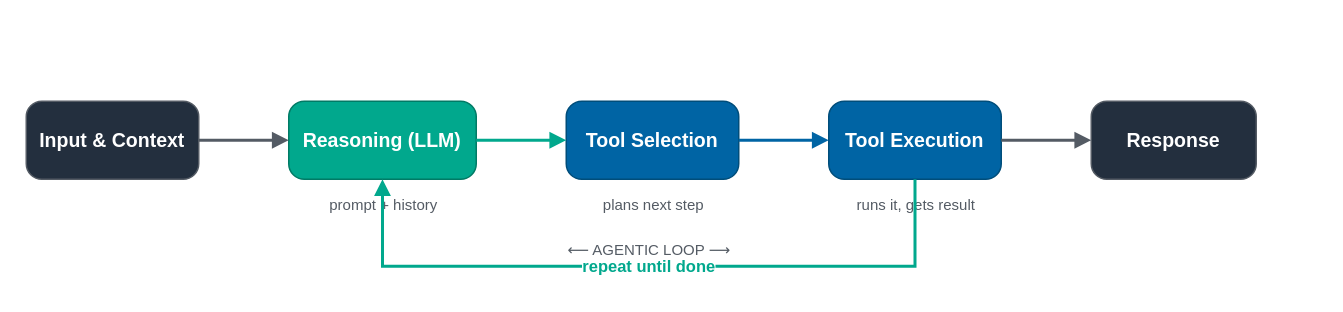
aws-samples/sample-multi-agent-systems-with-strands-workshop keeps this draw.io diagram as samples/01-strands-foundations/agent-loop.drawio. Above is the earlier version. Source tidied: cells renumbered, new cells numbered last; positions are measured from the earlier drawing's top-left corner, leaving out a move shared by most shapes. Both pictures are drawn from the tidied source at 150%, with x=0, y=0 at pixel (26, 100).
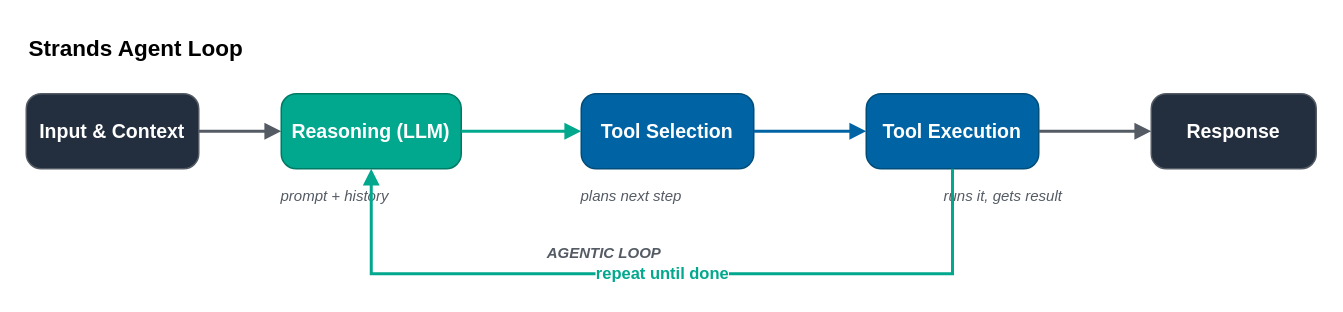
The same page after the edit.

What changed in the source:
```diff
@@
 <mxGraphModel>
   <root>
     <mxCell id="0" />
     <mxCell id="1" parent="0" />
+    <mxCell id="16" value="Strands Agent Loop" style="text;html=1;align=left;verticalAlign=middle;fontSize=15;fontStyle=1;fillColor=none;strokeColor=none;" parent="1" vertex="1">
+      <mxGeometry y="-50" width="680" height="28" as="geometry" />
+    </mxCell>
     <mxCell id="2" value="Input &amp; Context" style="rounded=1;whiteSpace=wrap;html=1;fillColor=#232F3E;strokeColor=#545B64;fontColor=#ffffff;fontSize=13;fontStyle=1;arcSize=20;" parent="1" vertex="1">
-      <mxGeometry width="115" height="52" as="geometry" />
+      <mxGeometry y="-5" width="115" height="50" as="geometry" />
     </mxCell>
     <mxCell id="3" value="Reasoning (LLM)" style="rounded=1;whiteSpace=wrap;html=1;fillColor=#01A88D;strokeColor=#017A65;fontColor=#ffffff;fontSize=13;fontStyle=1;arcSize=20;" parent="1" vertex="1">
-      <mxGeometry x="175" width="125" height="52" as="geometry" />
+      <mxGeometry x="170" y="-5" width="120" height="50" as="geometry" />
     </mxCell>
     <mxCell id="4" value="Tool Selection" style="rounded=1;whiteSpace=wrap;html=1;fillColor=#0064A4;strokeColor=#004D7A;fontColor=#ffffff;fontSize=13;fontStyle=1;arcSize=20;" parent="1" vertex="1">
-      <mxGeometry x="360" width="115" height="52" as="geometry" />
+      <mxGeometry x="370" y="-5" width="115" height="50" as="geometry" />
     </mxCell>
     <mxCell id="5" value="Tool Execution" style="rounded=1;whiteSpace=wrap;html=1;fillColor=#0064A4;strokeColor=#004D7A;fontColor=#ffffff;fontSize=13;fontStyle=1;arcSize=20;" parent="1" vertex="1">
-      <mxGeometry x="535" width="115" height="52" as="geometry" />
+      <mxGeometry x="560" y="-5" width="115" height="50" as="geometry" />
     </mxCell>
     <mxCell id="6" value="Response" style="rounded=1;whiteSpace=wrap;html=1;fillColor=#232F3E;strokeColor=#545B64;fontColor=#ffffff;fontSize=13;fontStyle=1;arcSize=20;" parent="1" vertex="1">
-      <mxGeometry x="710" width="110" height="52" as="geometry" />
+      <mxGeometry x="750" y="-5" width="110" height="50" as="geometry" />
     </mxCell>
     <mxCell id="7" style="edgeStyle=orthogonalEdgeStyle;rounded=0;jettySize=auto;html=1;flowAnimation=1;strokeWidth=2;strokeColor=#545B64;endArrow=block;endFill=1;" parent="1" edge="1" source="2" target="3">
       <mxGeometry relative="1" as="geometry" />
     </mxCell>
     <mxCell id="8" style="edgeStyle=orthogonalEdgeStyle;rounded=0;jettySize=auto;html=1;flowAnimation=1;strokeWidth=2;strokeColor=#01A88D;endArrow=block;endFill=1;" parent="1" edge="1" source="3" target="4">
       <mxGeometry relative="1" as="geometry" />
     </mxCell>
     <mxCell id="9" style="edgeStyle=orthogonalEdgeStyle;rounded=0;jettySize=auto;html=1;flowAnimation=1;strokeWidth=2;strokeColor=#0064A4;endArrow=block;endFill=1;" parent="1" edge="1" source="4" target="5">
       <mxGeometry relative="1" as="geometry" />
     </mxCell>
     <mxCell id="10" style="edgeStyle=orthogonalEdgeStyle;rounded=0;jettySize=auto;html=1;flowAnimation=1;strokeWidth=2;strokeColor=#545B64;endArrow=block;endFill=1;" parent="1" edge="1" source="5" target="6">
       <mxGeometry relative="1" as="geometry" />
     </mxCell>
-    <mxCell id="11" value="prompt + history" style="text;html=1;align=center;verticalAlign=middle;fontSize=10;fontStyle=0;fillColor=none;strokeColor=none;fontColor=#545B64;" parent="1" vertex="1">
-      <mxGeometry x="165" y="60" width="145" height="18" as="geometry" />
+    <mxCell id="11" value="prompt + history" style="text;html=1;align=left;verticalAlign=middle;fontSize=10;fontStyle=2;fillColor=none;strokeColor=none;fontColor=#545B64;" parent="1" vertex="1">
+      <mxGeometry x="168" y="53" width="124" height="20" as="geometry" />
     </mxCell>
-    <mxCell id="12" value="plans next step" style="text;html=1;align=center;verticalAlign=middle;fontSize=10;fontStyle=0;fillColor=none;strokeColor=none;fontColor=#545B64;" parent="1" vertex="1">
-      <mxGeometry x="350" y="60" width="135" height="18" as="geometry" />
+    <mxCell id="12" value="plans next step" style="text;html=1;align=left;verticalAlign=middle;fontSize=10;fontStyle=2;fillColor=none;strokeColor=none;fontColor=#545B64;" parent="1" vertex="1">
+      <mxGeometry x="368" y="53" width="117" height="20" as="geometry" />
     </mxCell>
-    <mxCell id="13" value="runs it, gets result" style="text;html=1;align=center;verticalAlign=middle;fontSize=10;fontStyle=0;fillColor=none;strokeColor=none;fontColor=#545B64;" parent="1" vertex="1">
-      <mxGeometry x="525" y="60" width="135" height="18" as="geometry" />
+    <mxCell id="13" value="runs it, gets result" style="text;html=1;align=left;verticalAlign=middle;fontSize=10;fontStyle=2;fillColor=none;strokeColor=none;fontColor=#545B64;" parent="1" vertex="1">
+      <mxGeometry x="610" y="53" width="135" height="20" as="geometry" />
     </mxCell>
     <mxCell id="14" value="repeat until done" style="edgeStyle=orthogonalEdgeStyle;rounded=0;jettySize=auto;html=1;flowAnimation=1;strokeWidth=2;strokeColor=#01A88D;endArrow=block;endFill=1;exitX=0.5;exitY=1;exitDx=0;exitDy=0;entryX=0.5;entryY=1;entryDx=0;entryDy=0;fontSize=11;fontColor=#01A88D;fontStyle=1;" parent="1" edge="1" source="5" target="3">
       <mxGeometry relative="1" as="geometry">
         <Array as="points">
-          <mxPoint x="592" y="110" />
-          <mxPoint x="237" y="110" />
+          <mxPoint x="617" y="115" />
+          <mxPoint x="230" y="115" />
         </Array>
       </mxGeometry>
     </mxCell>
-    <mxCell id="15" value="⟵ AGENTIC LOOP ⟶" style="text;html=1;align=center;verticalAlign=middle;fontSize=10;fontStyle=0;fillColor=none;strokeColor=none;fontColor=#545B64;" parent="1" vertex="1">
-      <mxGeometry x="300" y="90" width="230" height="18" as="geometry" />
-    </mxCell>
+    <mxCell id="17" value="AGENTIC LOOP" style="text;html=1;align=center;verticalAlign=middle;fontSize=10;fontStyle=3;fillColor=none;strokeColor=none;fontColor=#545B64;" parent="1" vertex="1">
+      <mxGeometry x="325" y="92" width="120" height="18" as="geometry" />
+    </mxCell>
   </root>
 </mxGraphModel>
```
